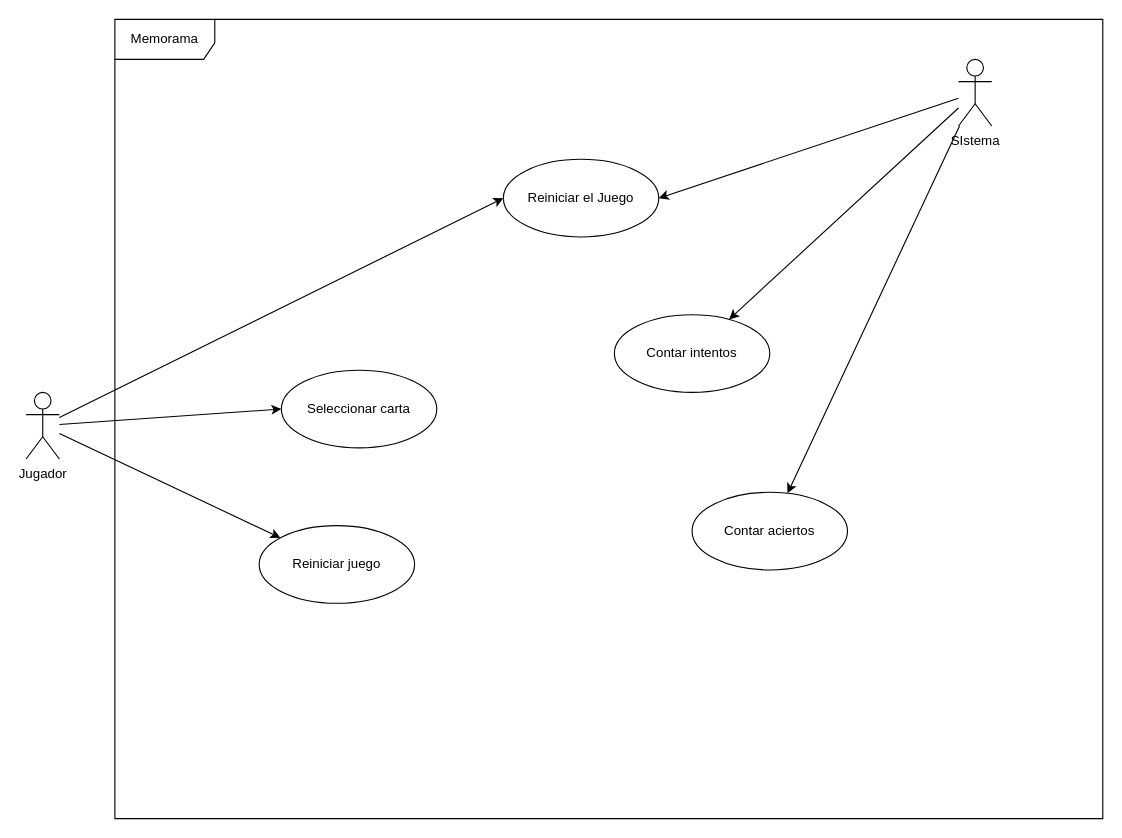
This is documents/UseCases.drawio from AngelaMTC/MemoryGame_OI, a draw.io file, before an edit. Source tidied: cells renumbered, new cells numbered last; positions are measured from the earlier drawing's top-left corner, leaving out a move shared by most shapes. Both pictures are drawn from the tidied source at 111%, with x=0, y=0 at pixel (26, 19).
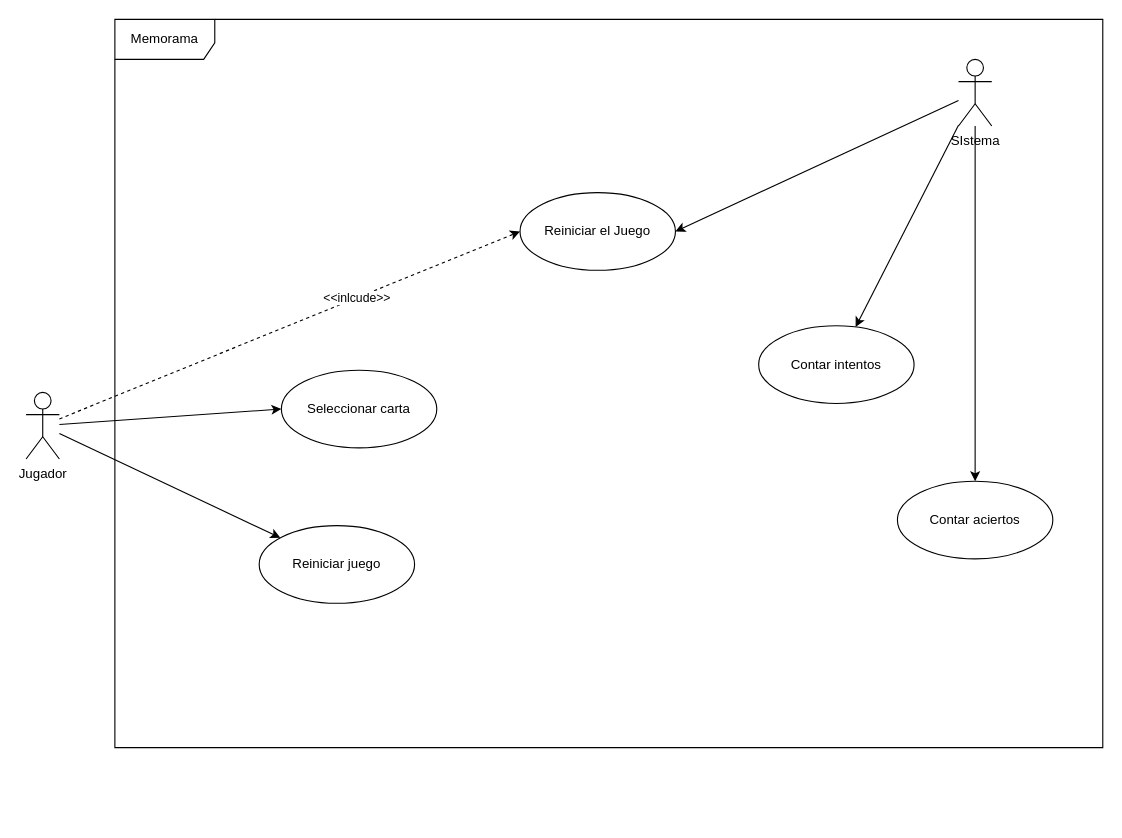
After the change.

What changed in the source:
```diff
@@
 <mxGraphModel>
   <root>
     <mxCell id="0" />
     <mxCell id="1" parent="0" />
     <mxCell id="2" value="Memorama" style="shape=umlFrame;whiteSpace=wrap;html=1;rounded=0;width=90;height=36;" parent="1" vertex="1">
-      <mxGeometry x="80" width="890" height="720" as="geometry" />
+      <mxGeometry x="80" width="890" height="656" as="geometry" />
     </mxCell>
     <mxCell id="3" style="edgeStyle=none;html=1;entryX=0;entryY=0.5;entryDx=0;entryDy=0;" parent="1" edge="1" source="6" target="7">
       <mxGeometry relative="1" as="geometry" />
     </mxCell>
     <mxCell id="4" style="edgeStyle=none;html=1;" parent="1" edge="1" source="6" target="8">
       <mxGeometry relative="1" as="geometry" />
     </mxCell>
-    <mxCell id="5" style="edgeStyle=none;html=1;entryX=0;entryY=0.5;entryDx=0;entryDy=0;" parent="1" edge="1" source="6" target="13">
+    <mxCell id="5" style="edgeStyle=none;html=1;entryX=0;entryY=0.5;entryDx=0;entryDy=0;dashed=1;" parent="1" edge="1" source="6" target="13">
       <mxGeometry relative="1" as="geometry" />
     </mxCell>
+    <mxCell id="16" value="&amp;lt;&amp;lt;inlcude&amp;gt;&amp;gt;" style="edgeLabel;html=1;align=center;verticalAlign=middle;" parent="5" vertex="1">
+      <mxGeometry x="0.29" relative="1" as="geometry" />
+    </mxCell>
     <mxCell id="6" value="Jugador" style="shape=umlActor;verticalLabelPosition=bottom;verticalAlign=top;html=1;rounded=0;" parent="1" vertex="1">
       <mxGeometry y="336" width="30" height="60" as="geometry" />
     </mxCell>
     <mxCell id="7" value="Seleccionar carta" style="ellipse;whiteSpace=wrap;html=1;rounded=0;" parent="1" vertex="1">
       <mxGeometry x="230" y="316" width="140" height="70" as="geometry" />
     </mxCell>
     <mxCell id="8" value="Reiniciar juego" style="ellipse;whiteSpace=wrap;html=1;rounded=0;" parent="1" vertex="1">
       <mxGeometry x="210" y="456" width="140" height="70" as="geometry" />
     </mxCell>
     <mxCell id="9" style="edgeStyle=none;html=1;entryX=1;entryY=0.5;entryDx=0;entryDy=0;" parent="1" edge="1" source="12" target="13">
       <mxGeometry relative="1" as="geometry" />
     </mxCell>
     <mxCell id="10" style="edgeStyle=none;html=1;" parent="1" edge="1" source="12" target="14">
       <mxGeometry relative="1" as="geometry" />
     </mxCell>
     <mxCell id="11" style="edgeStyle=none;html=1;" parent="1" edge="1" source="12" target="15">
       <mxGeometry relative="1" as="geometry" />
     </mxCell>
     <mxCell id="12" value="SIstema" style="shape=umlActor;verticalLabelPosition=bottom;verticalAlign=top;html=1;gradientColor=none;gradientDirection=north;" parent="1" vertex="1">
       <mxGeometry x="840" y="36" width="30" height="60" as="geometry" />
     </mxCell>
     <mxCell id="13" value="Reiniciar el Juego" style="ellipse;whiteSpace=wrap;html=1;gradientColor=none;gradientDirection=north;" parent="1" vertex="1">
-      <mxGeometry x="430" y="126" width="140" height="70" as="geometry" />
+      <mxGeometry x="445" y="156" width="140" height="70" as="geometry" />
     </mxCell>
     <mxCell id="14" value="Contar intentos" style="ellipse;whiteSpace=wrap;html=1;gradientColor=none;gradientDirection=north;" parent="1" vertex="1">
-      <mxGeometry x="530" y="266" width="140" height="70" as="geometry" />
+      <mxGeometry x="660" y="276" width="140" height="70" as="geometry" />
     </mxCell>
     <mxCell id="15" value="Contar aciertos" style="ellipse;whiteSpace=wrap;html=1;gradientColor=none;gradientDirection=north;" parent="1" vertex="1">
-      <mxGeometry x="600" y="426" width="140" height="70" as="geometry" />
+      <mxGeometry x="785" y="416" width="140" height="70" as="geometry" />
     </mxCell>
   </root>
 </mxGraphModel>
```
